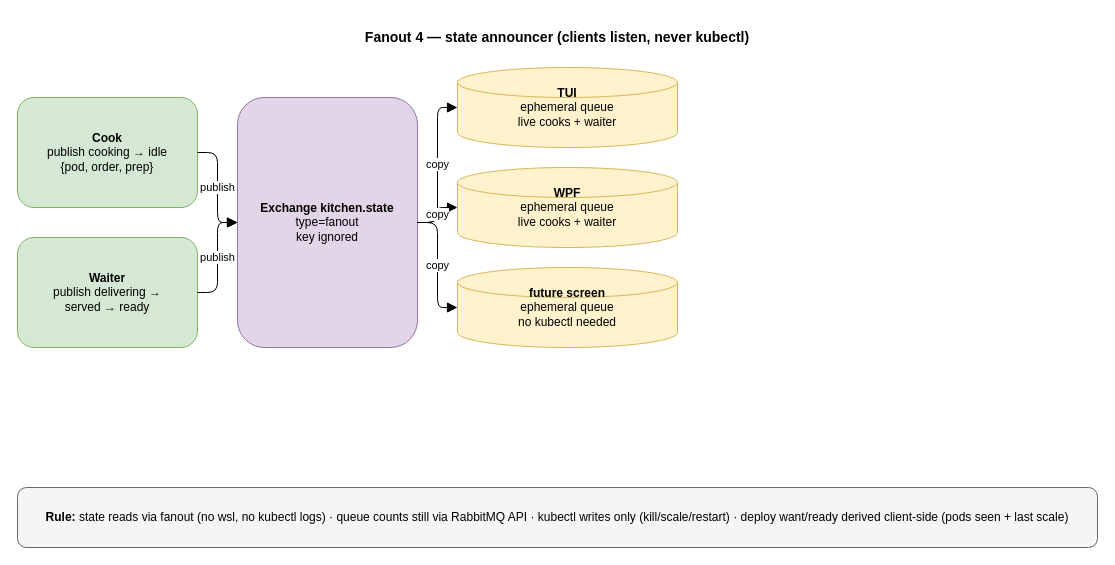
This is page "state-fanout" (4 of 4) of fanout-cases.drawio from adipresto/cookworker-mq, a draw.io file, before an edit. Source tidied: cells renumbered, new cells numbered last; positions are measured from the earlier drawing's top-left corner, leaving out a move shared by most shapes. Both pictures are drawn from the tidied source at 100%, with x=0, y=0 at pixel (17, 17).
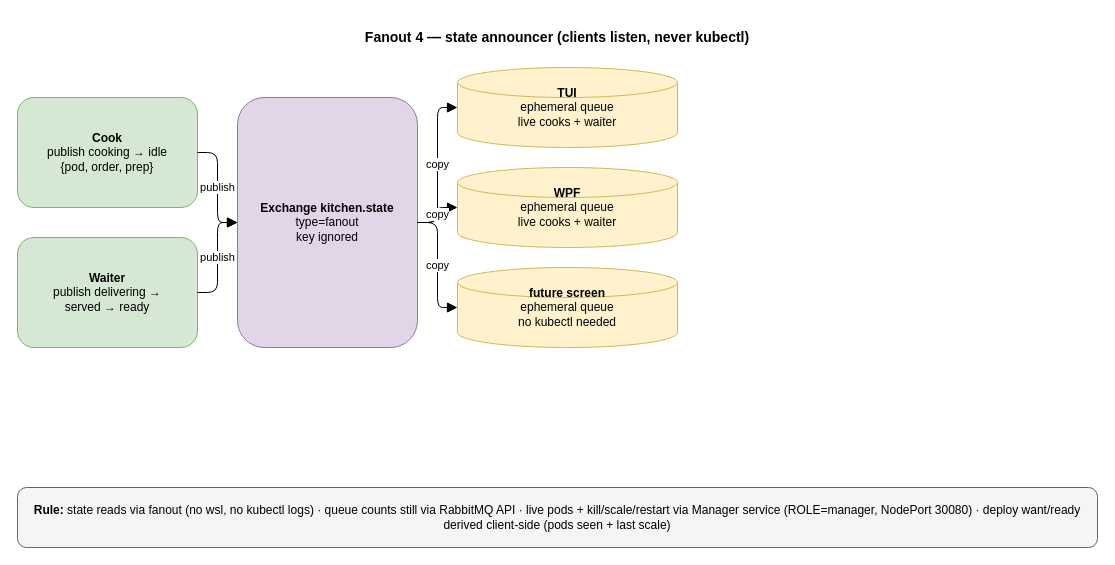
The same diagram, later.

Commit message (it also covers changes not shown here):
manager: ROLE=manager serves live pods + kill/scale/restart over HTTP; tui+wpf ask it, zero wsl

The edit, as a diff of the source:
```diff
@@
 <mxGraphModel>
   <root>
     <mxCell id="0" />
     <mxCell id="1" parent="0" />
     <mxCell id="2" value="&lt;b&gt;Fanout 4 — state announcer (clients listen, never kubectl)&lt;/b&gt;" style="rounded=1;whiteSpace=wrap;html=1;fillColor=#ffffff;strokeColor=#ffffff;fontSize=14;" parent="1" vertex="1">
       <mxGeometry width="1080" height="40" as="geometry" />
     </mxCell>
     <mxCell id="3" value="&lt;b&gt;Cook&lt;/b&gt;&#10;publish cooking → idle&#10;{pod, order, prep}" style="rounded=1;whiteSpace=wrap;html=1;fillColor=#d5e8d4;strokeColor=#82b366;" parent="1" vertex="1">
       <mxGeometry y="80" width="180" height="110" as="geometry" />
     </mxCell>
     <mxCell id="4" value="&lt;b&gt;Waiter&lt;/b&gt;&#10;publish delivering →&#10;served → ready" style="rounded=1;whiteSpace=wrap;html=1;fillColor=#d5e8d4;strokeColor=#82b366;" parent="1" vertex="1">
       <mxGeometry y="220" width="180" height="110" as="geometry" />
     </mxCell>
     <mxCell id="5" value="&lt;b&gt;Exchange kitchen.state&lt;/b&gt;&#10;type=fanout&#10;key ignored" style="rounded=1;whiteSpace=wrap;html=1;fillColor=#e1d5e7;strokeColor=#9673a6;" parent="1" vertex="1">
       <mxGeometry x="220" y="80" width="180" height="250" as="geometry" />
     </mxCell>
     <mxCell id="6" value="&lt;b&gt;TUI&lt;/b&gt;&#10;ephemeral queue&#10;live cooks + waiter" style="shape=cylinder3;whiteSpace=wrap;html=1;fillColor=#fff2cc;strokeColor=#d6b656;" parent="1" vertex="1">
       <mxGeometry x="440" y="50" width="220" height="80" as="geometry" />
     </mxCell>
     <mxCell id="7" value="&lt;b&gt;WPF&lt;/b&gt;&#10;ephemeral queue&#10;live cooks + waiter" style="shape=cylinder3;whiteSpace=wrap;html=1;fillColor=#fff2cc;strokeColor=#d6b656;" parent="1" vertex="1">
       <mxGeometry x="440" y="150" width="220" height="80" as="geometry" />
     </mxCell>
     <mxCell id="8" value="&lt;b&gt;future screen&lt;/b&gt;&#10;ephemeral queue&#10;no kubectl needed" style="shape=cylinder3;whiteSpace=wrap;html=1;fillColor=#fff2cc;strokeColor=#d6b656;" parent="1" vertex="1">
       <mxGeometry x="440" y="250" width="220" height="80" as="geometry" />
     </mxCell>
-    <mxCell id="9" value="&lt;b&gt;Rule:&lt;/b&gt; state reads via fanout (no wsl, no kubectl logs) · queue counts still via RabbitMQ API · kubectl writes only (kill/scale/restart) · deploy want/ready derived client-side (pods seen + last scale)" style="rounded=1;whiteSpace=wrap;html=1;fillColor=#f5f5f5;strokeColor=#666666;" parent="1" vertex="1">
+    <mxCell id="9" value="&lt;b&gt;Rule:&lt;/b&gt; state reads via fanout (no wsl, no kubectl logs) · queue counts still via RabbitMQ API · live pods + kill/scale/restart via Manager service (ROLE=manager, NodePort 30080) · deploy want/ready derived client-side (pods seen + last scale)" style="rounded=1;whiteSpace=wrap;html=1;fillColor=#f5f5f5;strokeColor=#666666;" parent="1" vertex="1">
       <mxGeometry y="470" width="1080" height="60" as="geometry" />
     </mxCell>
     <mxCell id="10" value="publish" style="edgeStyle=orthogonalEdgeStyle;rounded=1;jettySize=auto;html=1;endArrow=block;endSize=8;" parent="1" edge="1" source="3" target="5">
       <mxGeometry relative="1" as="geometry" />
     </mxCell>
     <mxCell id="11" value="publish" style="edgeStyle=orthogonalEdgeStyle;rounded=1;jettySize=auto;html=1;endArrow=block;endSize=8;" parent="1" edge="1" source="4" target="5">
       <mxGeometry relative="1" as="geometry" />
     </mxCell>
     <mxCell id="12" value="copy" style="edgeStyle=orthogonalEdgeStyle;rounded=1;jettySize=auto;html=1;endArrow=block;endSize=8;" parent="1" edge="1" source="5" target="6">
       <mxGeometry relative="1" as="geometry" />
     </mxCell>
     <mxCell id="13" value="copy" style="edgeStyle=orthogonalEdgeStyle;rounded=1;jettySize=auto;html=1;endArrow=block;endSize=8;" parent="1" edge="1" source="5" target="7">
       <mxGeometry relative="1" as="geometry" />
     </mxCell>
     <mxCell id="14" value="copy" style="edgeStyle=orthogonalEdgeStyle;rounded=1;jettySize=auto;html=1;endArrow=block;endSize=8;" parent="1" edge="1" source="5" target="8">
       <mxGeometry relative="1" as="geometry" />
     </mxCell>
   </root>
 </mxGraphModel>
```
